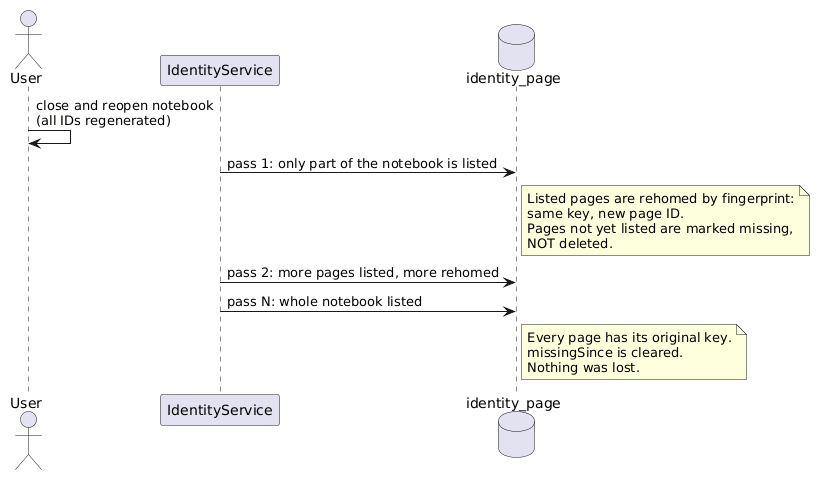
Earlier version of the PlantUML export docs/developers/Design - Page Identity_files/image004.png (stevencohn/OneMore).
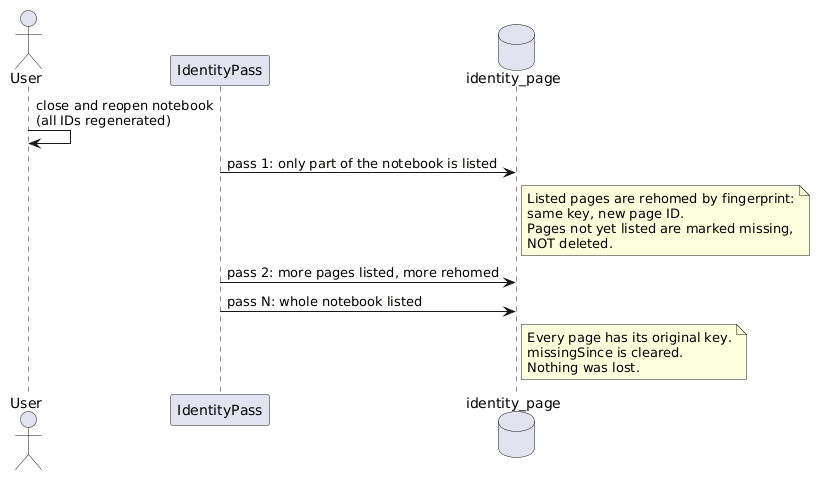
After the commit.

Change to the diagram source:
```diff
@@ -1,6 +1,6 @@
 @startuml
 actor User
-participant "IdentityService" as S
+participant "IdentityPass" as S
 database "identity_page" as DB
 User -> User : close and reopen notebook\n(all IDs regenerated)
 S -> DB : pass 1: only part of the notebook is listed
```
